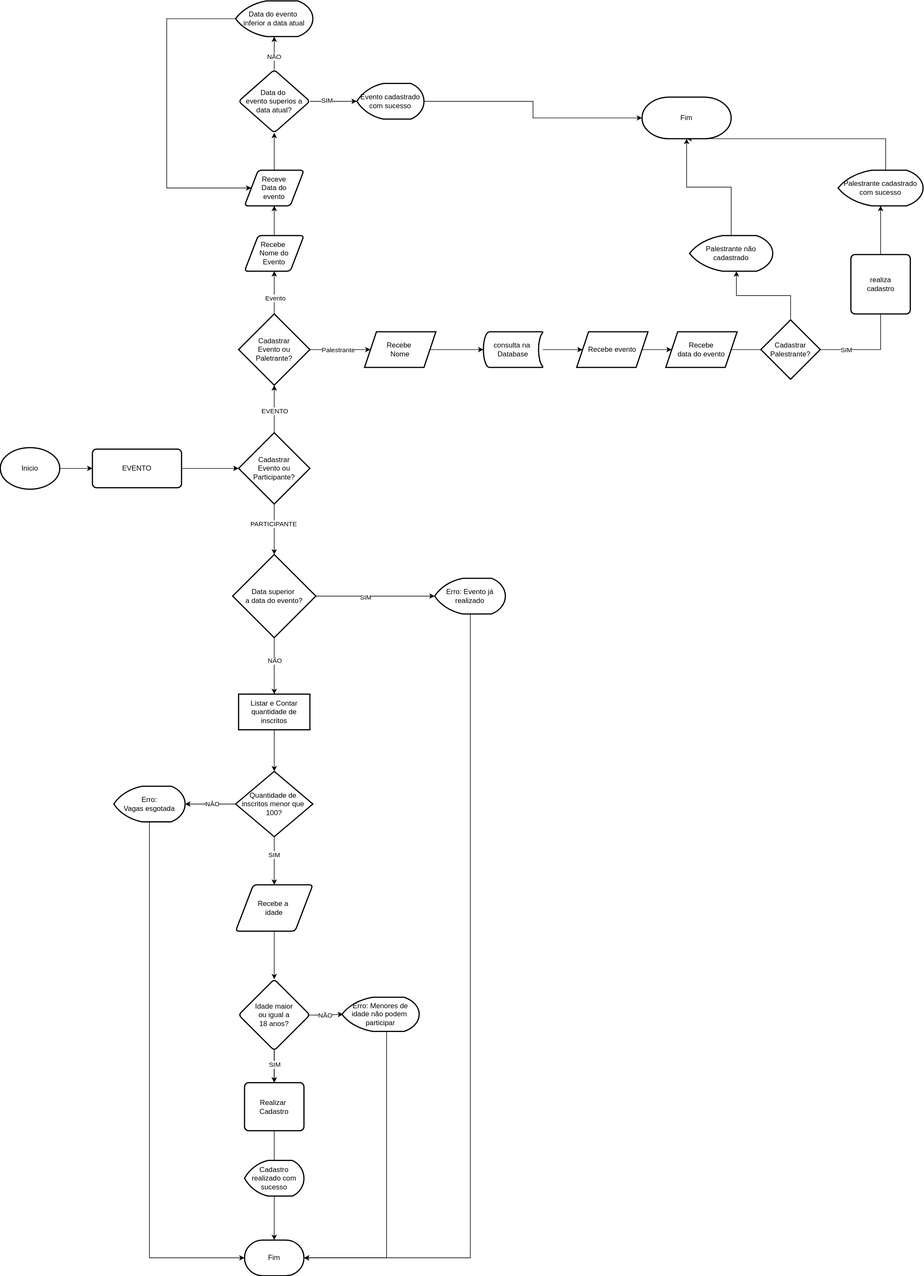
Earlier version of the draw.io export ATIVIDADE-ENCONTRO/Cadastro de Eventos.drawio.svg (orionwork/RESOLUCAO-PROBLEMA). Source tidied: cells renumbered, new cells last; positions are measured from the earlier drawing's top-left corner, leaving out a move shared by most shapes.
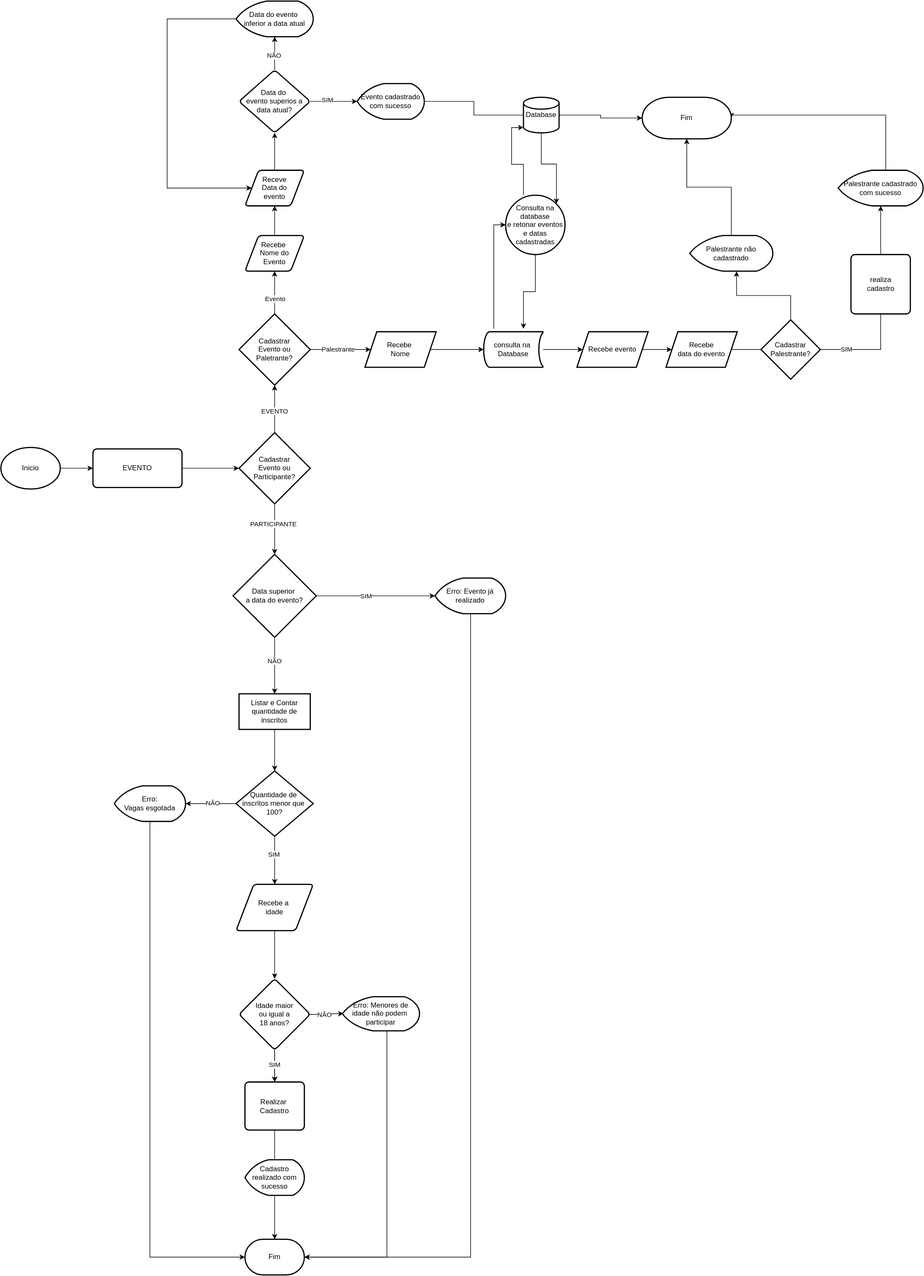
The same file after the commit.

What changed in the source:
```diff
@@ -209,7 +209,7 @@
     <mxCell id="61" value="Data do&amp;nbsp;&lt;br&gt;evento superios a data atual?" style="rhombus;whiteSpace=wrap;html=1;rounded=1;strokeWidth=2;arcSize=12;" parent="1" vertex="1">
       <mxGeometry x="401" y="116" width="120" height="106" as="geometry" />
     </mxCell>
-    <mxCell id="62" style="edgeStyle=orthogonalEdgeStyle;rounded=0;jettySize=auto;html=1;" parent="1" edge="1" source="63" target="69">
+    <mxCell id="62" style="edgeStyle=orthogonalEdgeStyle;rounded=0;jettySize=auto;html=1;startArrow=none;" parent="1" edge="1" source="81" target="69">
       <mxGeometry relative="1" as="geometry" />
     </mxCell>
     <mxCell id="63" value="Evento cadastrado com sucesso" style="strokeWidth=2;html=1;shape=mxgraph.flowchart.display;whiteSpace=wrap;" parent="1" vertex="1">
@@ -226,13 +226,22 @@
     <mxCell id="65" value="Data do evento&amp;nbsp;&lt;br&gt;inferior a data atual" style="strokeWidth=2;html=1;shape=mxgraph.flowchart.display;whiteSpace=wrap;" parent="1" vertex="1">
       <mxGeometry x="396" width="130" height="60" as="geometry" />
     </mxCell>
+    <mxCell id="79" style="edgeStyle=orthogonalEdgeStyle;rounded=0;jettySize=auto;html=1;entryX=0;entryY=0.5;entryDx=0;entryDy=0;entryPerimeter=0;" parent="1" edge="1" target="85">
+      <mxGeometry relative="1" as="geometry">
+        <mxPoint x="830" y="552" as="sourcePoint" />
+        <Array as="points">
+          <mxPoint x="830" y="377" />
+        </Array>
+      </mxGeometry>
+    </mxCell>
     <mxCell id="66" value="consulta na&amp;nbsp;&lt;br&gt;Database" style="strokeWidth=2;html=1;shape=mxgraph.flowchart.stored_data;whiteSpace=wrap;" parent="1" vertex="1">
       <mxGeometry x="813" y="557" width="100" height="60" as="geometry" />
     </mxCell>
-    <mxCell id="67" style="edgeStyle=orthogonalEdgeStyle;rounded=0;jettySize=auto;html=1;entryX=0.5;entryY=1;entryDx=0;entryDy=0;entryPerimeter=0;" parent="1" edge="1" source="68" target="69">
+    <mxCell id="67" style="edgeStyle=orthogonalEdgeStyle;rounded=0;jettySize=auto;html=1;entryX=1;entryY=0.5;entryDx=0;entryDy=0;entryPerimeter=0;" parent="1" edge="1" source="68" target="69">
       <mxGeometry relative="1" as="geometry">
         <Array as="points">
-          <mxPoint x="1490" y="232" />
+          <mxPoint x="1490" y="192" />
+          <mxPoint x="1230" y="192" />
         </Array>
       </mxGeometry>
     </mxCell>
@@ -269,5 +278,31 @@
     <mxCell id="78" value="SIM" style="edgeLabel;html=1;align=center;verticalAlign=middle;" parent="77" vertex="1">
       <mxGeometry x="-0.46" relative="1" as="geometry" />
     </mxCell>
+    <mxCell id="80" style="edgeStyle=orthogonalEdgeStyle;rounded=0;jettySize=auto;html=1;entryX=0.855;entryY=0.145;entryDx=0;entryDy=0;entryPerimeter=0;" parent="1" edge="1" source="81" target="85">
+      <mxGeometry relative="1" as="geometry" />
+    </mxCell>
+    <mxCell id="81" value="Database" style="strokeWidth=2;html=1;shape=mxgraph.flowchart.database;whiteSpace=wrap;" parent="1" vertex="1">
+      <mxGeometry x="880" y="162" width="60" height="60" as="geometry" />
+    </mxCell>
+    <mxCell id="82" style="edgeStyle=orthogonalEdgeStyle;rounded=0;jettySize=auto;html=1;endArrow=none;" parent="1" edge="1" source="63" target="81">
+      <mxGeometry relative="1" as="geometry" />
+    </mxCell>
+    <mxCell id="83" style="edgeStyle=orthogonalEdgeStyle;rounded=0;jettySize=auto;html=1;entryX=0;entryY=0.85;entryDx=0;entryDy=0;entryPerimeter=0;" parent="1" edge="1" source="85" target="81">
+      <mxGeometry relative="1" as="geometry">
+        <Array as="points">
+          <mxPoint x="880" y="275" />
+          <mxPoint x="860" y="275" />
+          <mxPoint x="860" y="213" />
+        </Array>
+      </mxGeometry>
+    </mxCell>
+    <mxCell id="84" style="edgeStyle=orthogonalEdgeStyle;rounded=0;jettySize=auto;html=1;" parent="1" edge="1" source="85">
+      <mxGeometry relative="1" as="geometry">
+        <mxPoint x="880" y="552" as="targetPoint" />
+      </mxGeometry>
+    </mxCell>
+    <mxCell id="85" value="Consulta na database&lt;br&gt;e retonar eventos e datas cadastradas" style="strokeWidth=2;html=1;shape=mxgraph.flowchart.start_2;whiteSpace=wrap;" parent="1" vertex="1">
+      <mxGeometry x="850" y="327" width="100" height="100" as="geometry" />
+    </mxCell>
   </root>
 </mxGraphModel>
```
